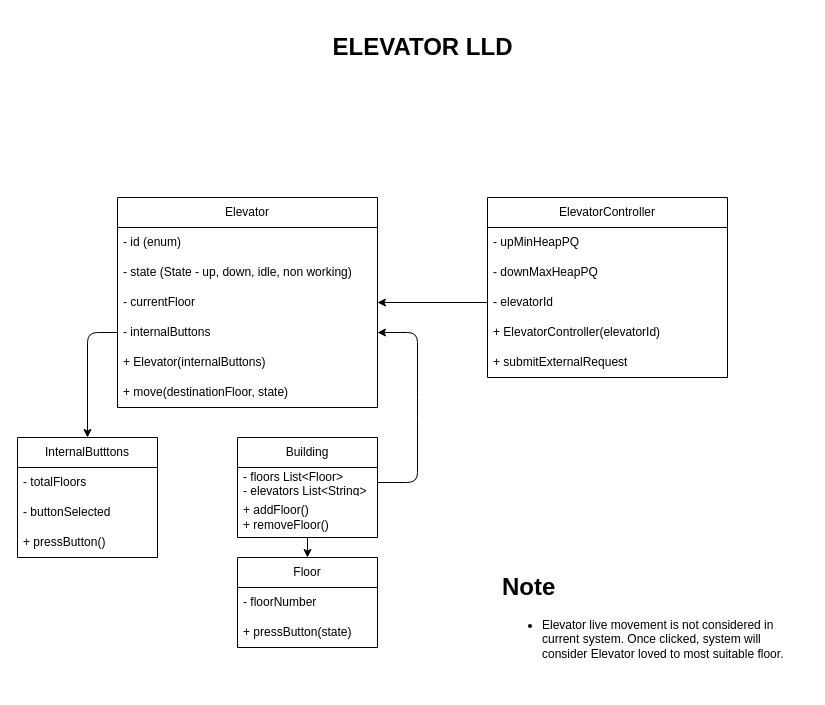
This is elevator.drawio from am-aakash/elevator-system, a draw.io file, before an edit. Source tidied: cells renumbered, new cells numbered last; positions are measured from the earlier drawing's top-left corner, leaving out a move shared by most shapes. Both pictures are drawn from the tidied source at 100%, with x=0, y=0 at pixel (17, 17).
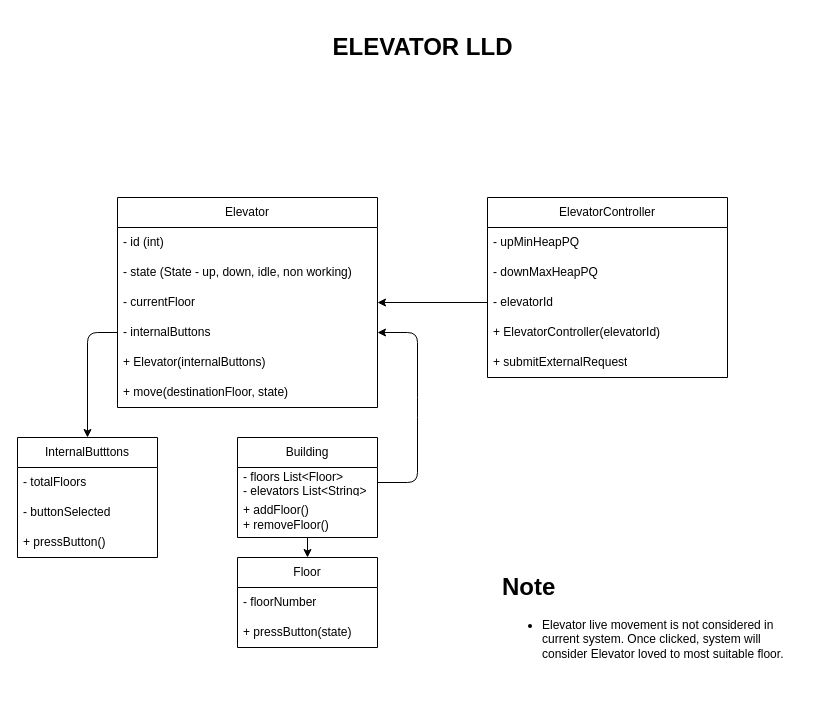
Above is the later version.

Unchanged cells that the change refers to:
```xml
<mxCell id="2" value="Elevator" style="swimlane;fontStyle=0;horizontal=1;startSize=30;whiteSpace=wrap;html=1;" parent="1" vertex="1">
  <mxGeometry x="100" y="180" width="260" height="210" as="geometry" />
</mxCell>
```

The edit, as a diff of the source:
```diff
@@
-    <mxCell id="3" value="- id (enum)" style="text;strokeColor=none;fillColor=none;align=left;verticalAlign=middle;spacingLeft=4;spacingRight=4;overflow=hidden;whiteSpace=wrap;html=1;" parent="2" vertex="1">
+    <mxCell id="3" value="- id (int)" style="text;strokeColor=none;fillColor=none;align=left;verticalAlign=middle;spacingLeft=4;spacingRight=4;overflow=hidden;whiteSpace=wrap;html=1;" parent="2" vertex="1">
       <mxGeometry y="30" width="260" height="30" as="geometry" />
     </mxCell>
```
